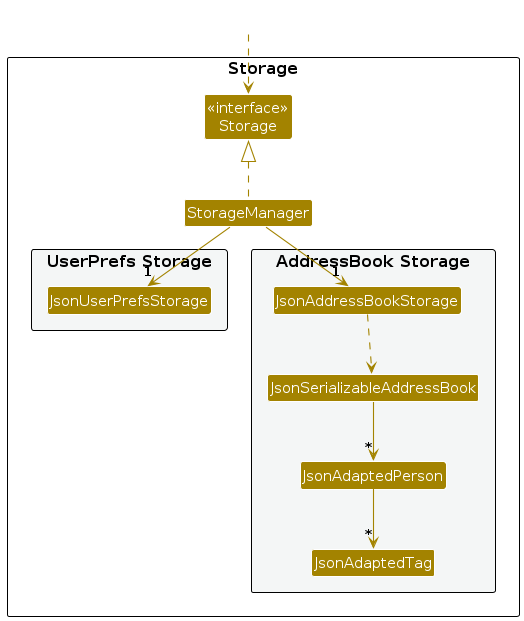
AY2627S1-CS2103T-T15-1/tp keeps this PlantUML diagram as diagrams/StorageClassDiagram.png. Above is the earlier version. Its source is kept beside it as diagrams/StorageClassDiagram.puml. Its diagram source:
```plantuml
@startuml
!include style.puml
skinparam arrowThickness 1.1
skinparam arrowColor STORAGE_COLOR
skinparam classBackgroundColor STORAGE_COLOR

package Storage as StoragePackage {

Class "<<interface>>\nStorage" as Storage
Class StorageManager

package "UserPrefs Storage" #F4F6F6{
Class JsonUserPrefsStorage
}

package "AddressBook Storage" #F4F6F6{
Class JsonAddressBookStorage
Class JsonSerializableAddressBook
Class JsonAdaptedPerson
Class JsonAdaptedTag
}

}

Class HiddenOutside #FFFFFF
HiddenOutside ..> Storage

StorageManager .up.|> Storage
StorageManager -down-> "1" JsonUserPrefsStorage
StorageManager -down-> "1" JsonAddressBookStorage

JsonAddressBookStorage ..> JsonSerializableAddressBook
JsonSerializableAddressBook --> "*" JsonAdaptedPerson
JsonAdaptedPerson --> "*" JsonAdaptedTag

@enduml
```
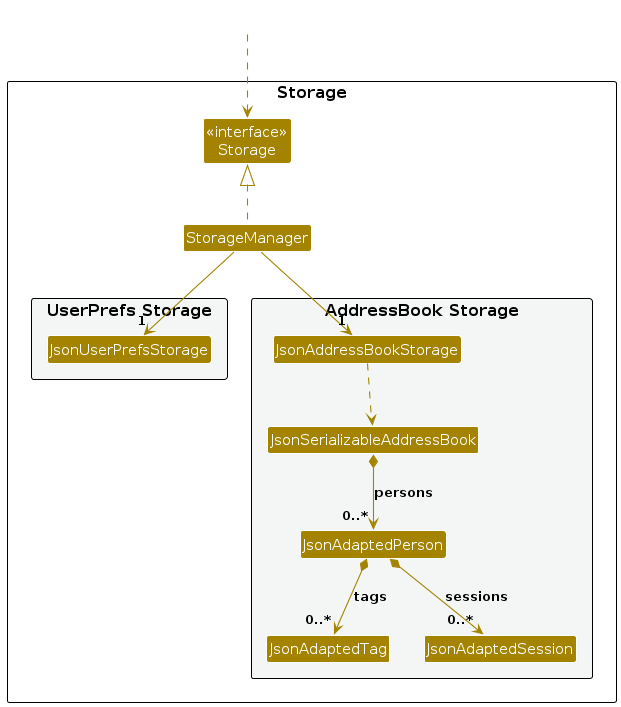
After the change.

Change to the diagram source:
```diff
@@ -18,6 +18,7 @@
 Class JsonSerializableAddressBook
 Class JsonAdaptedPerson
 Class JsonAdaptedTag
+Class JsonAdaptedSession
 }
 
 }
@@ -30,7 +31,8 @@
 StorageManager -down-> "1" JsonAddressBookStorage
 
 JsonAddressBookStorage ..> JsonSerializableAddressBook
-JsonSerializableAddressBook --> "*" JsonAdaptedPerson
-JsonAdaptedPerson --> "*" JsonAdaptedTag
+JsonSerializableAddressBook *--> "0..*" JsonAdaptedPerson : persons
+JsonAdaptedPerson *--> "0..*" JsonAdaptedTag : tags
+JsonAdaptedPerson *--> "0..*" JsonAdaptedSession : sessions
 
 @enduml
```
